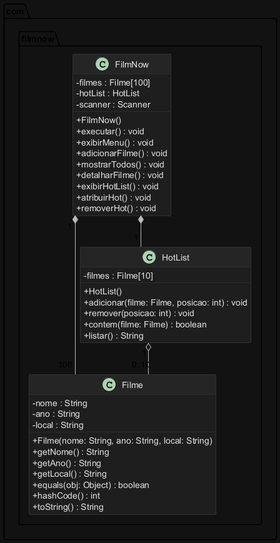
Above: docs/FilmNow_UML.png in juliovlpsp-commits/LAB03 (PlantUML), before the change.
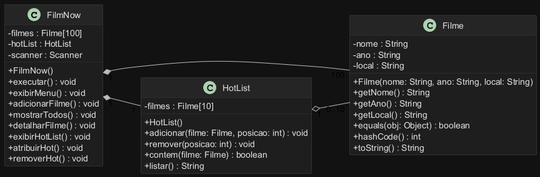
After the commit.

The edit, as a diff of the source:
```diff
@@ -1,4 +1,5 @@
 @startuml FilmNow
+left to right direction
 skinparam backgroundColor #121212
 skinparam shadowing false
 skinparam ArrowColor #BBBBBB
@@ -8,52 +9,43 @@
 skinparam ClassAttributeFontColor #E0E0E0
 skinparam ClassStereotypeFontColor #90CAF9
 skinparam ClassHeaderBackgroundColor #252525
-skinparam PackageBackgroundColor #121212
 skinparam classAttributeIconSize 0
-skinparam linetype ortho
-skinparam nodesep 80
-skinparam ranksep 50
 
-package "com.filmnow" {
-  class FilmNow {
-    - filmes : Filme[100]
-    - hotList : HotList
-    - scanner : Scanner
-    + FilmNow()
-    + executar() : void
-    + exibirMenu() : void
-    + adicionarFilme() : void
-    + mostrarTodos() : void
-    + detalharFilme() : void
-    + exibirHotList() : void
-    + atribuirHot() : void
-    + removerHot() : void
-  }
+class FilmNow {
+  - filmes : Filme[100]
+  - hotList : HotList
+  - scanner : Scanner
+  + FilmNow()
+  + executar() : void
+  + exibirMenu() : void
+  + adicionarFilme() : void
+  + mostrarTodos() : void
+  + detalharFilme() : void
+  + exibirHotList() : void
+  + atribuirHot() : void
+  + removerHot() : void
+}
 
-  class Filme {
-    - nome : String
-    - ano : String
-    - local : String
-    + Filme(nome: String, ano: String, local: String)
-    + getNome() : String
-    + getAno() : String
-    + getLocal() : String
-    + equals(obj: Object) : boolean
-    + hashCode() : int
-    + toString() : String
-  }
+class Filme {
+  - nome : String
+  - ano : String
+  - local : String
+  + Filme(nome: String, ano: String, local: String)
+  + getNome() : String
+  + getAno() : String
+  + getLocal() : String
+  + equals(obj: Object) : boolean
+  + hashCode() : int
+  + toString() : String
+}
 
-  class HotList {
-    - filmes : Filme[10]
-    + HotList()
-    + adicionar(filme: Filme, posicao: int) : void
-    + remover(posicao: int) : void
-    + contem(filme: Filme) : boolean
-    + listar() : String
-  }
-
-  FilmNow -[hidden]D-> HotList
-  FilmNow -[hidden]D-> Filme
+class HotList {
+  - filmes : Filme[10]
+  + HotList()
+  + adicionar(filme: Filme, posicao: int) : void
+  + remover(posicao: int) : void
+  + contem(filme: Filme) : boolean
+  + listar() : String
 }
 
 FilmNow "1" *-- "100" Filme
```
